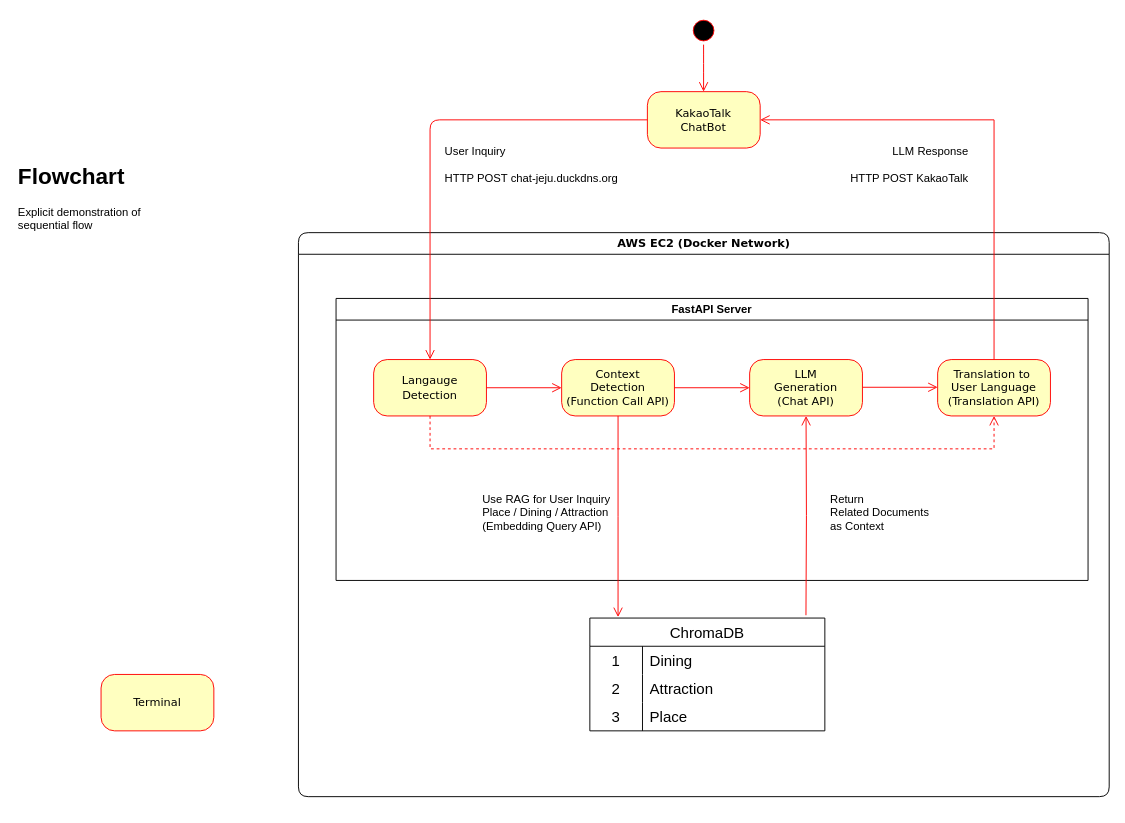
Above: Untitled Diagram.drawio in Git-Push-Gang/chat-jeju (draw.io), before the change. Source tidied: cells renumbered, new cells numbered last; positions are measured from the earlier drawing's top-left corner, leaving out a move shared by most shapes. Both pictures are drawn from the tidied source at 94%, with x=0, y=0 at pixel (16, 16).
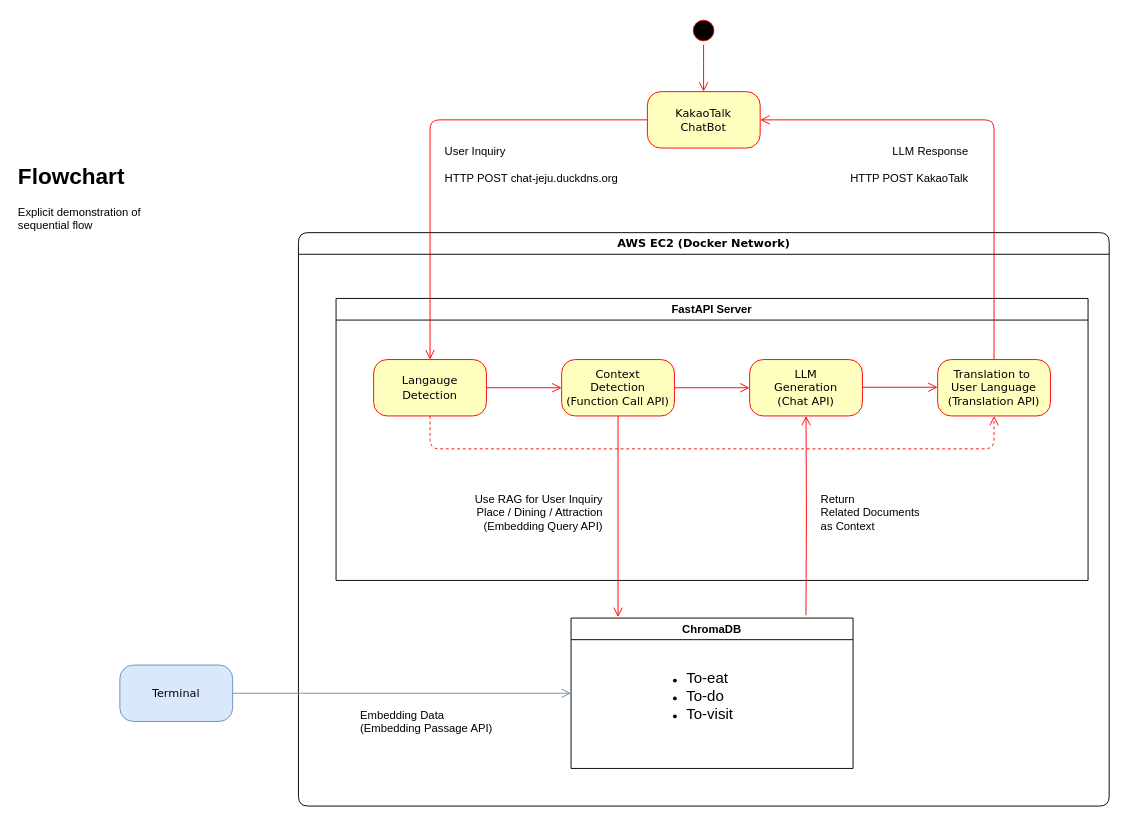
The same page after the edit.

Unchanged cells that the change refers to:
```xml
<mxCell id="3" value="KakaoTalk&lt;div&gt;ChatBot&lt;/div&gt;" style="rounded=1;whiteSpace=wrap;html=1;arcSize=24;fillColor=#ffffc0;strokeColor=#ff0000;shadow=0;comic=0;labelBackgroundColor=none;fontFamily=Verdana;fontSize=12;fontColor=#000000;align=center;" parent="1" vertex="1">
  <mxGeometry x="671.2" y="80" width="120" height="60" as="geometry" />
</mxCell>
<mxCell id="5" value="FastAPI Server" style="swimlane;" parent="4" vertex="1">
  <mxGeometry x="40" y="70" width="800" height="300" as="geometry" />
</mxCell>
<mxCell id="6" value="Langauge&lt;div&gt;Detection&lt;/div&gt;" style="rounded=1;whiteSpace=wrap;html=1;arcSize=24;fillColor=#ffffc0;strokeColor=#ff0000;shadow=0;comic=0;labelBackgroundColor=none;fontFamily=Verdana;fontSize=12;fontColor=#000000;align=center;" parent="5" vertex="1">
  <mxGeometry x="40" y="65" width="120" height="60" as="geometry" />
</mxCell>
<mxCell id="9" value="Translation to&amp;nbsp;&lt;div&gt;User Language&lt;div&gt;(Translation API)&lt;/div&gt;&lt;/div&gt;" style="rounded=1;whiteSpace=wrap;html=1;arcSize=24;fillColor=#ffffc0;strokeColor=#ff0000;shadow=0;comic=0;labelBackgroundColor=none;fontFamily=Verdana;fontSize=12;fontColor=#000000;align=center;" parent="5" vertex="1">
  <mxGeometry x="640" y="65" width="120" height="60" as="geometry" />
</mxCell>
```

What changed in the source:
```diff
@@
     <mxCell id="4" value="AWS EC2 (Docker Network)" style="swimlane;whiteSpace=wrap;html=1;rounded=1;shadow=0;comic=0;labelBackgroundColor=none;strokeWidth=1;fontFamily=Verdana;fontSize=12;align=center;" parent="1" vertex="1">
-      <mxGeometry x="300" y="230" width="862.5" height="600" as="geometry" />
+      <mxGeometry x="300" y="230" width="862.5" height="610" as="geometry" />
     </mxCell>
@@
-    <mxCell id="13" style="edgeStyle=orthogonalEdgeStyle;html=1;labelBackgroundColor=none;endArrow=open;endSize=8;strokeColor=#FF0000;fontFamily=Verdana;fontSize=12;align=left;rounded=0;curved=0;exitX=0.5;exitY=1;exitDx=0;exitDy=0;entryX=0.5;entryY=1;entryDx=0;entryDy=0;dashed=1;" parent="5" edge="1" source="6" target="9">
+    <mxCell id="13" style="edgeStyle=orthogonalEdgeStyle;html=1;labelBackgroundColor=none;endArrow=open;endSize=8;strokeColor=#FF0000;fontFamily=Verdana;fontSize=12;align=left;rounded=1;curved=0;exitX=0.5;exitY=1;exitDx=0;exitDy=0;entryX=0.5;entryY=1;entryDx=0;entryDy=0;dashed=1;" parent="5" edge="1" source="6" target="9">
       <mxGeometry relative="1" as="geometry">
         <Array as="points">
           <mxPoint x="100" y="160" />
           <mxPoint x="700" y="160" />
         </Array>
       </mxGeometry>
     </mxCell>
-    <mxCell id="14" value="&lt;div&gt;Use RAG for User Inquiry&lt;br&gt;&lt;/div&gt;&lt;div&gt;Place / Dining / Attraction&lt;/div&gt;(Embedding Query API)" style="text;strokeColor=none;fillColor=none;spacingLeft=4;spacingRight=4;overflow=hidden;fontSize=12;whiteSpace=wrap;html=1;" parent="5" vertex="1">
-      <mxGeometry x="150" y="200" width="170" height="60" as="geometry" />
+    <mxCell id="14" value="&lt;div&gt;Use RAG for User Inquiry&lt;br&gt;&lt;/div&gt;&lt;div style=&quot;&quot;&gt;Place / Dining / Attraction&lt;/div&gt;(Embedding Query API)" style="text;strokeColor=none;fillColor=none;spacingLeft=4;spacingRight=4;overflow=hidden;fontSize=12;whiteSpace=wrap;html=1;align=right;" parent="5" vertex="1">
+      <mxGeometry x="120" y="200" width="170" height="60" as="geometry" />
     </mxCell>
     <mxCell id="15" value="&lt;div&gt;Return&lt;/div&gt;&lt;div&gt;Related Documents&lt;/div&gt;&lt;div&gt;as Context&lt;/div&gt;" style="text;strokeColor=none;fillColor=none;spacingLeft=4;spacingRight=4;overflow=hidden;fontSize=12;whiteSpace=wrap;html=1;" parent="5" vertex="1">
-      <mxGeometry x="520" y="200" width="170" height="60" as="geometry" />
+      <mxGeometry x="510" y="200" width="170" height="60" as="geometry" />
     </mxCell>
@@
-    <mxCell id="18" value="ChromaDB" style="shape=table;startSize=30;childLayout=tableLayout;rowLines=0;fontStyle=0;strokeColor=default;fontSize=16;" parent="4" vertex="1">
-      <mxGeometry x="310" y="410" width="250" height="120" as="geometry" />
+    <mxCell id="18" value="ChromaDB" style="swimlane;" parent="4" vertex="1">
+      <mxGeometry x="290" y="410" width="300" height="160" as="geometry" />
     </mxCell>
-    <mxCell id="19" style="shape=tableRow;horizontal=0;startSize=0;swimlaneHead=0;swimlaneBody=0;top=0;left=0;bottom=0;right=0;fillColor=none;strokeColor=inherit;fontSize=16;" parent="18" vertex="1">
-      <mxGeometry y="30" width="250" height="30" as="geometry" />
-    </mxCell>
-    <mxCell id="20" value="1" style="shape=partialRectangle;html=1;whiteSpace=wrap;fillColor=none;top=0;left=0;bottom=0;right=0;overflow=hidden;strokeColor=inherit;fontSize=16;" parent="19" vertex="1">
-      <mxGeometry width="56" height="30" as="geometry" />
-    </mxCell>
-    <mxCell id="21" value="Dining" style="shape=partialRectangle;html=1;whiteSpace=wrap;fillColor=none;top=0;left=0;bottom=0;right=0;align=left;spacingLeft=6;overflow=hidden;strokeColor=inherit;fontSize=16;" parent="19" vertex="1">
-      <mxGeometry x="56" width="194" height="30" as="geometry" />
-    </mxCell>
-    <mxCell id="22" style="shape=tableRow;horizontal=0;startSize=0;swimlaneHead=0;swimlaneBody=0;top=0;left=0;bottom=0;right=0;fillColor=none;strokeColor=inherit;fontSize=16;" parent="18" vertex="1">
-      <mxGeometry y="60" width="250" height="30" as="geometry" />
-    </mxCell>
-    <mxCell id="23" value="2" style="shape=partialRectangle;html=1;whiteSpace=wrap;fillColor=none;top=0;left=0;bottom=0;right=0;overflow=hidden;strokeColor=inherit;fontSize=16;" parent="22" vertex="1">
-      <mxGeometry width="56" height="30" as="geometry" />
-    </mxCell>
-    <mxCell id="24" value="Attraction" style="shape=partialRectangle;html=1;whiteSpace=wrap;fillColor=none;top=0;left=0;bottom=0;right=0;align=left;spacingLeft=6;overflow=hidden;strokeColor=inherit;fontSize=16;" parent="22" vertex="1">
-      <mxGeometry x="56" width="194" height="30" as="geometry" />
-    </mxCell>
-    <mxCell id="25" style="shape=tableRow;horizontal=0;startSize=0;swimlaneHead=0;swimlaneBody=0;top=0;left=0;bottom=0;right=0;fillColor=none;strokeColor=inherit;fontSize=16;" parent="18" vertex="1">
-      <mxGeometry y="90" width="250" height="30" as="geometry" />
-    </mxCell>
-    <mxCell id="26" value="3" style="shape=partialRectangle;html=1;whiteSpace=wrap;fillColor=none;top=0;left=0;bottom=0;right=0;overflow=hidden;strokeColor=inherit;fontSize=16;" parent="25" vertex="1">
-      <mxGeometry width="56" height="30" as="geometry" />
-    </mxCell>
-    <mxCell id="27" value="Place" style="shape=partialRectangle;html=1;whiteSpace=wrap;fillColor=none;top=0;left=0;bottom=0;right=0;align=left;spacingLeft=6;overflow=hidden;strokeColor=inherit;fontSize=16;" parent="25" vertex="1">
-      <mxGeometry x="56" width="194" height="30" as="geometry" />
-    </mxCell>
+    <mxCell id="35" value="&lt;ul&gt;&lt;li&gt;&lt;font size=&quot;3&quot;&gt;To-eat&lt;/font&gt;&lt;/li&gt;&lt;li&gt;&lt;font size=&quot;3&quot;&gt;To-do&lt;/font&gt;&lt;/li&gt;&lt;li&gt;&lt;font size=&quot;3&quot;&gt;To-visit&lt;/font&gt;&lt;/li&gt;&lt;/ul&gt;" style="text;strokeColor=none;fillColor=none;html=1;whiteSpace=wrap;verticalAlign=middle;overflow=hidden;" parent="18" vertex="1">
+      <mxGeometry x="81.2" y="40" width="100" height="80" as="geometry" />
+    </mxCell>
+    <mxCell id="36" value="Embedding Data&lt;div&gt;(Embedding Passage API)&lt;/div&gt;" style="text;strokeColor=none;fillColor=none;spacingLeft=4;spacingRight=4;overflow=hidden;fontSize=12;whiteSpace=wrap;html=1;" parent="4" vertex="1">
+      <mxGeometry x="60" y="500" width="170" height="60" as="geometry" />
+    </mxCell>
@@
-    <mxCell id="31" style="edgeStyle=orthogonalEdgeStyle;html=1;labelBackgroundColor=none;endArrow=open;endSize=8;strokeColor=#FF0000;fontFamily=Verdana;fontSize=12;align=left;rounded=0;curved=0;entryX=1;entryY=0.5;entryDx=0;entryDy=0;fontStyle=1;exitX=0.5;exitY=0;exitDx=0;exitDy=0;" parent="1" edge="1" source="9" target="3">
+    <mxCell id="31" style="edgeStyle=orthogonalEdgeStyle;html=1;labelBackgroundColor=none;endArrow=open;endSize=8;strokeColor=#FF0000;fontFamily=Verdana;fontSize=12;align=left;rounded=1;curved=0;entryX=1;entryY=0.5;entryDx=0;entryDy=0;fontStyle=1;exitX=0.5;exitY=0;exitDx=0;exitDy=0;" parent="1" edge="1" source="9" target="3">
       <mxGeometry relative="1" as="geometry">
         <Array as="points">
           <mxPoint x="1040" y="110" />
         </Array>
       </mxGeometry>
     </mxCell>
@@
-    <mxCell id="33" value="Terminal" style="rounded=1;whiteSpace=wrap;html=1;arcSize=24;fillColor=#ffffc0;strokeColor=#ff0000;shadow=0;comic=0;labelBackgroundColor=none;fontFamily=Verdana;fontSize=12;fontColor=#000000;align=center;" parent="1" vertex="1">
-      <mxGeometry x="90" y="700" width="120" height="60" as="geometry" />
+    <mxCell id="33" value="Terminal" style="rounded=1;whiteSpace=wrap;html=1;arcSize=24;fillColor=#dae8fc;strokeColor=#6c8ebf;shadow=0;comic=0;labelBackgroundColor=none;fontFamily=Verdana;fontSize=12;align=center;" parent="1" vertex="1">
+      <mxGeometry x="110" y="690" width="120" height="60" as="geometry" />
     </mxCell>
@@
+    <mxCell id="37" style="edgeStyle=orthogonalEdgeStyle;html=1;labelBackgroundColor=none;endArrow=open;endSize=8;strokeColor=#6c8ebf;fontFamily=Verdana;fontSize=12;align=left;rounded=0;curved=0;exitX=1;exitY=0.5;exitDx=0;exitDy=0;entryX=0;entryY=0.5;entryDx=0;entryDy=0;fillColor=#dae8fc;" parent="1" edge="1" source="33" target="18">
+      <mxGeometry relative="1" as="geometry" />
+    </mxCell>
```
